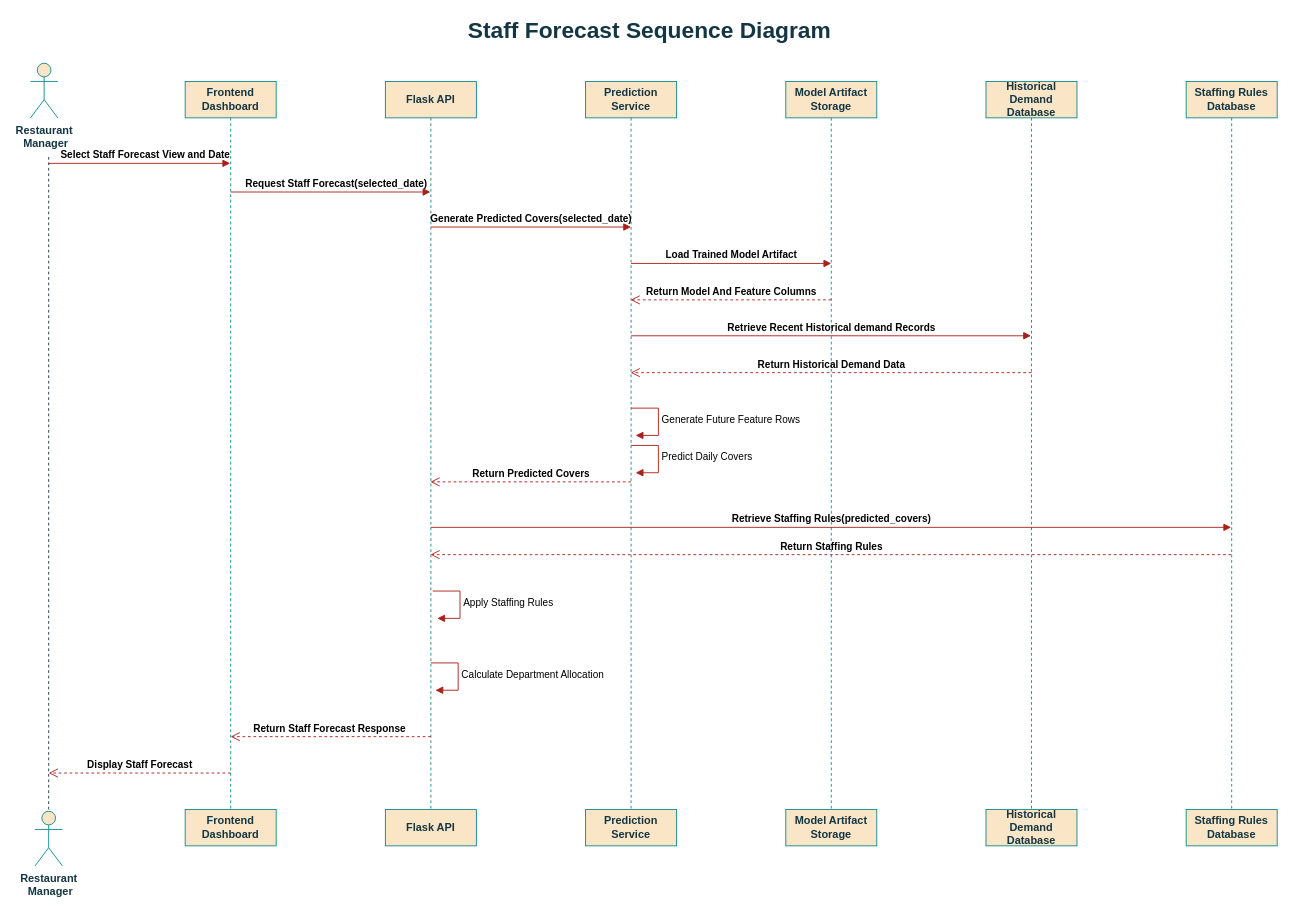
Earlier version of the draw.io diagram Sequence Diagrams/Staff-Forecast Sequence Diagram.drawio (vale2015/Dissertation). Source tidied: cells renumbered, new cells numbered last; positions are measured from the earlier drawing's top-left corner, leaving out a move shared by most shapes. Both pictures are drawn from the tidied source at 91%, with x=0, y=0 at pixel (30, 17).
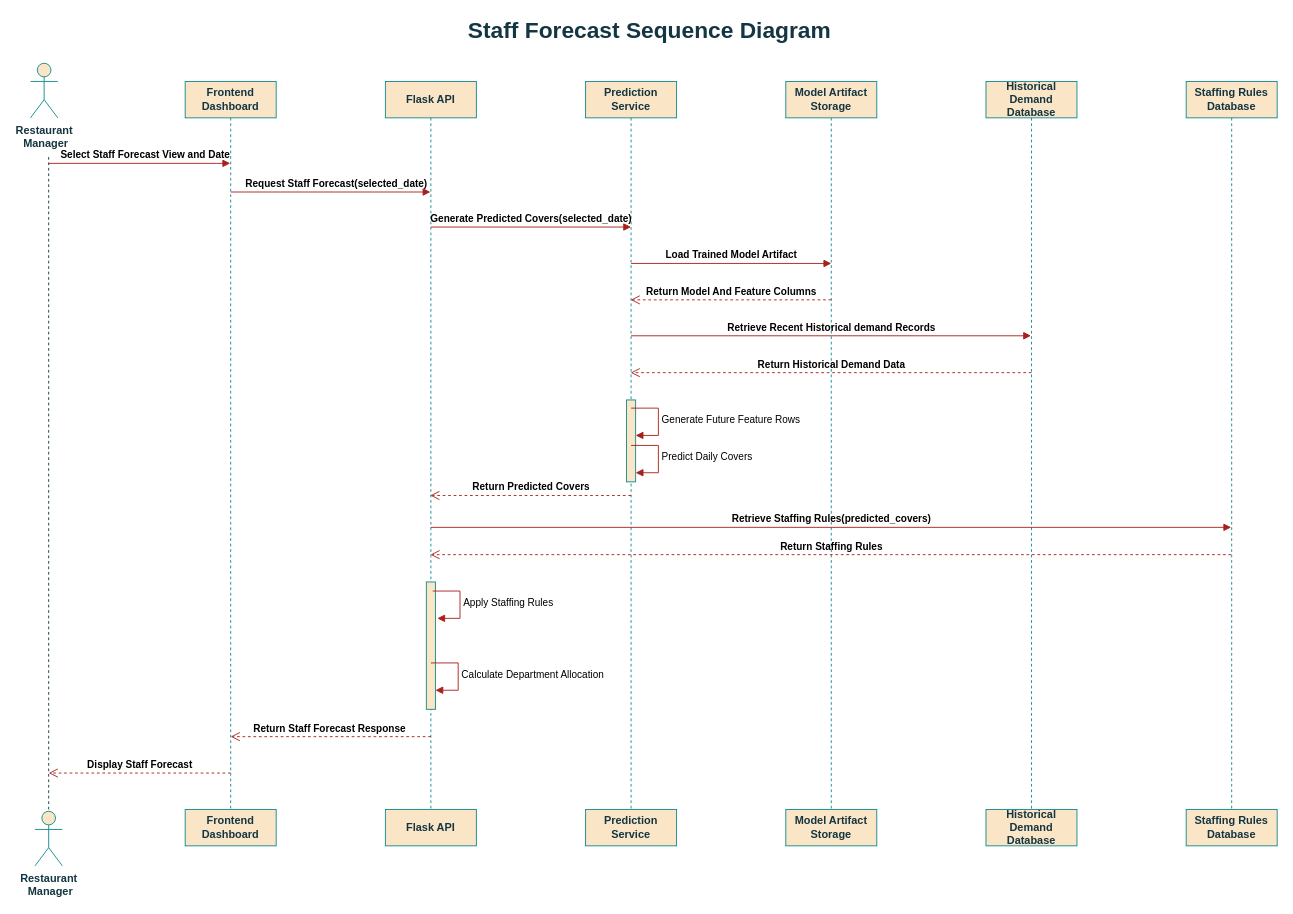
Above is the later version.

Unchanged cells that the change refers to:
```xml
<mxCell id="4" value="&lt;b&gt;&lt;font&gt;Flask API&lt;/font&gt;&lt;/b&gt;" style="shape=umlLifeline;perimeter=lifelinePerimeter;whiteSpace=wrap;html=1;outlineConnect=0;portConstraint=eastwest;newEdgeStyle={&quot;edgeStyle&quot;:&quot;elbowEdgeStyle&quot;,&quot;elbow&quot;:&quot;vertical&quot;,&quot;curved&quot;:0,&quot;rounded&quot;:0};labelBackgroundColor=none;fillColor=#FAE5C7;strokeColor=#0F8B8D;fontColor=#143642;" parent="1" vertex="1">
  <mxGeometry x="390" y="70" width="100" height="800" as="geometry" />
</mxCell>
<mxCell id="6" value="&lt;b&gt;&lt;font&gt;Prediction&lt;/font&gt;&lt;/b&gt;&lt;div&gt;&lt;b&gt;&lt;font&gt;Service&lt;/font&gt;&lt;/b&gt;&lt;/div&gt;" style="shape=umlLifeline;perimeter=lifelinePerimeter;whiteSpace=wrap;html=1;outlineConnect=0;portConstraint=eastwest;newEdgeStyle={&quot;edgeStyle&quot;:&quot;elbowEdgeStyle&quot;,&quot;elbow&quot;:&quot;vertical&quot;,&quot;curved&quot;:0,&quot;rounded&quot;:0};labelBackgroundColor=none;fillColor=#FAE5C7;strokeColor=#0F8B8D;fontColor=#143642;" parent="1" vertex="1">
  <mxGeometry x="610" y="70" width="100" height="800" as="geometry" />
</mxCell>
```

Change to the diagram source:
```diff
@@
+    <mxCell id="34" style="html=1;perimeter=orthogonalPerimeter;targetShapes=umlLifeline;newEdgeStyle={&quot;curved&quot;:0,&quot;rounded&quot;:0};fillColor=#FAE5C7;strokeColor=#0F8B8D;" parent="4" vertex="1">
+      <mxGeometry x="45" y="550" width="10" height="140" as="geometry" />
+    </mxCell>
@@
+    <mxCell id="35" style="html=1;perimeter=orthogonalPerimeter;targetShapes=umlLifeline;newEdgeStyle={&quot;curved&quot;:0,&quot;rounded&quot;:0};strokeColor=#0F8B8D;fillColor=#FAE5C7;" parent="6" vertex="1">
+      <mxGeometry x="45" y="350" width="10" height="90" as="geometry" />
+    </mxCell>
@@
-    <mxCell id="20" value="&lt;b&gt;Return Predicted Covers&lt;/b&gt;" style="html=1;verticalAlign=bottom;endArrow=open;dashed=1;endSize=8;curved=0;rounded=0;labelBackgroundColor=none;strokeColor=#A8201A;fontColor=default;" parent="1" edge="1" target="4">
+    <mxCell id="20" value="&lt;b&gt;Return Predicted Covers&lt;/b&gt;" style="html=1;verticalAlign=bottom;endArrow=open;dashed=1;endSize=8;curved=0;rounded=0;labelBackgroundColor=none;strokeColor=#A8201A;fontColor=default;" parent="1" edge="1">
       <mxGeometry relative="1" as="geometry">
-        <mxPoint x="660" y="510" as="sourcePoint" />
+        <mxPoint x="660" y="525" as="sourcePoint" />
+        <mxPoint x="439.3" y="525" as="targetPoint" />
       </mxGeometry>
     </mxCell>
```
